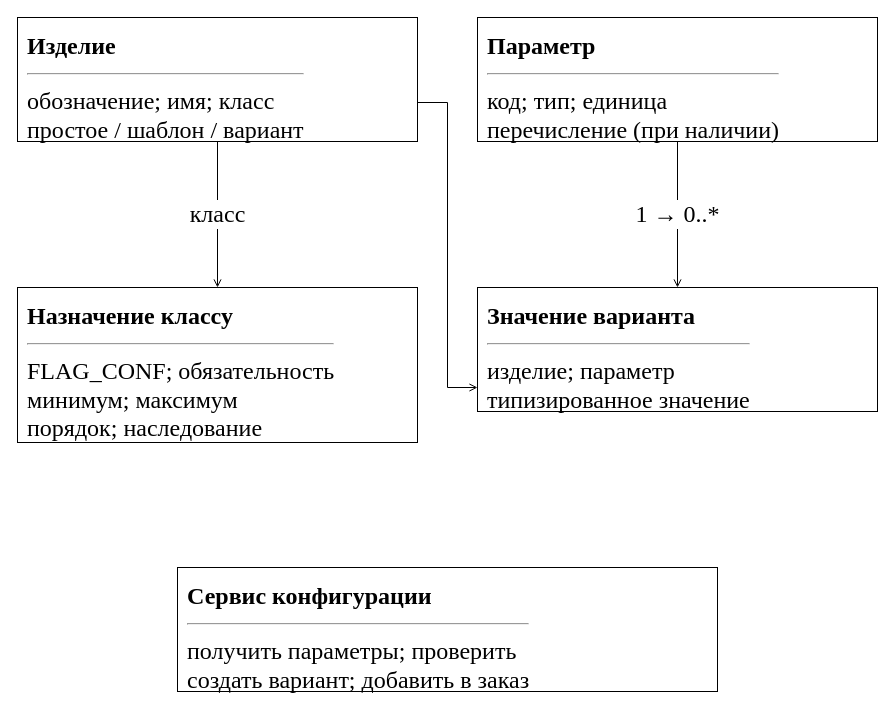
Earlier version of the draw.io diagram utils/lab7/diagrams/03_classes_configuration.drawio (10xtheo/mispris-sem7). Source tidied: cells renumbered, new cells numbered last; positions are measured from the earlier drawing's top-left corner, leaving out a move shared by most shapes. Both pictures are drawn from the tidied source at 100%, with x=0, y=0 at pixel (17, 17).
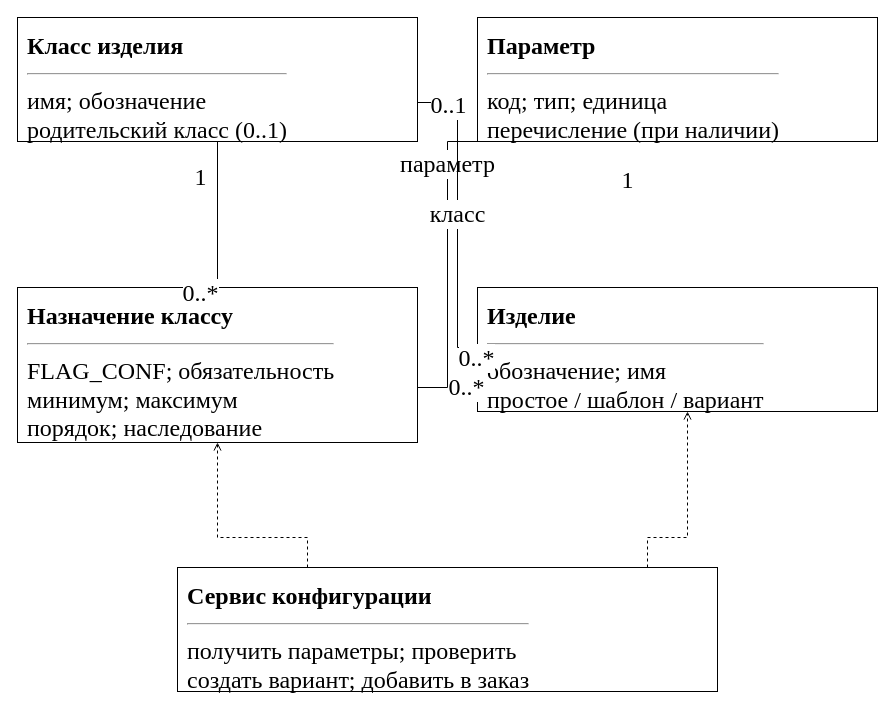
Above is the later version.

The change refers to these unchanged cells:
```xml
<mxCell id="3" value="&lt;b&gt;Параметр&lt;/b&gt;&lt;hr&gt;код; тип; единица&lt;br&gt;перечисление (при наличии)" style="rounded=0;whiteSpace=wrap;html=1;align=left;verticalAlign=top;fontFamily=Times New Roman;fontSize=24;spacing=10;fillColor=#ffffff;strokeColor=#000000;" parent="1" vertex="1">
  <mxGeometry x="460" width="400" height="124" as="geometry" />
</mxCell>
<mxCell id="4" value="&lt;b&gt;Назначение классу&lt;/b&gt;&lt;hr&gt;FLAG_CONF; обязательность&lt;br&gt;минимум; максимум&lt;br&gt;порядок; наследование" style="rounded=0;whiteSpace=wrap;html=1;align=left;verticalAlign=top;fontFamily=Times New Roman;fontSize=24;spacing=10;fillColor=#ffffff;strokeColor=#000000;" parent="1" vertex="1">
  <mxGeometry y="270" width="400" height="155" as="geometry" />
</mxCell>
<mxCell id="6" value="&lt;b&gt;Сервис конфигурации&lt;/b&gt;&lt;hr&gt;получить параметры; проверить&lt;br&gt;создать вариант; добавить в заказ" style="rounded=0;whiteSpace=wrap;html=1;align=left;verticalAlign=top;fontFamily=Times New Roman;fontSize=24;spacing=10;fillColor=#ffffff;strokeColor=#000000;" parent="1" vertex="1">
  <mxGeometry x="160" y="550" width="540" height="124" as="geometry" />
</mxCell>
```

Diff of the diagram source:
```diff
@@
-    <mxCell id="2" value="&lt;b&gt;Изделие&lt;/b&gt;&lt;hr&gt;обозначение; имя; класс&lt;br&gt;простое / шаблон / вариант" style="rounded=0;whiteSpace=wrap;html=1;align=left;verticalAlign=top;fontFamily=Times New Roman;fontSize=24;spacing=10;fillColor=#ffffff;strokeColor=#000000;" parent="1" vertex="1">
+    <mxCell id="2" value="&lt;b&gt;Класс изделия&lt;/b&gt;&lt;hr&gt;имя; обозначение&lt;br&gt;родительский класс (0..1)" style="rounded=0;whiteSpace=wrap;html=1;align=left;verticalAlign=top;fontFamily=Times New Roman;fontSize=24;spacing=10;fillColor=#ffffff;strokeColor=#000000;" parent="1" vertex="1">
       <mxGeometry width="400" height="124" as="geometry" />
     </mxCell>
@@
-    <mxCell id="5" value="&lt;b&gt;Значение варианта&lt;/b&gt;&lt;hr&gt;изделие; параметр&lt;br&gt;типизированное значение" style="rounded=0;whiteSpace=wrap;html=1;align=left;verticalAlign=top;fontFamily=Times New Roman;fontSize=24;spacing=10;fillColor=#ffffff;strokeColor=#000000;" parent="1" vertex="1">
+    <mxCell id="5" value="&lt;b&gt;Изделие&lt;/b&gt;&lt;hr&gt;обозначение; имя&lt;br&gt;простое / шаблон / вариант" style="rounded=0;whiteSpace=wrap;html=1;align=left;verticalAlign=top;fontFamily=Times New Roman;fontSize=24;spacing=10;fillColor=#ffffff;strokeColor=#000000;" parent="1" vertex="1">
       <mxGeometry x="460" y="270" width="400" height="124" as="geometry" />
     </mxCell>
@@
-    <mxCell id="7" value="класс" style="edgeStyle=orthogonalEdgeStyle;rounded=0;html=1;endArrow=open;fontFamily=Times New Roman;fontSize=24;labelBackgroundColor=#ffffff;exitX=0.5;exitY=1.0;entryX=0.5;entryY=0.0;" parent="1" edge="1" source="2" target="4">
+    <mxCell id="7" style="edgeStyle=orthogonalEdgeStyle;rounded=0;html=1;endArrow=open;fontFamily=Times New Roman;fontSize=24;labelBackgroundColor=#ffffff;exitX=0.5;exitY=1.0;entryX=0.5;entryY=0.0;endArrow=none;startArrow=none;" parent="1" edge="1" source="2" target="4">
       <mxGeometry relative="1" as="geometry" />
     </mxCell>
+    <mxCell id="10" value="1" style="edgeLabel;html=1;align=center;fontFamily=Times New Roman;fontSize=24;" parent="7" vertex="1">
+      <mxGeometry x="-0.8" y="-18" relative="1" as="geometry" />
+    </mxCell>
+    <mxCell id="11" value="0..*" style="edgeLabel;html=1;align=center;fontFamily=Times New Roman;fontSize=24;" parent="7" vertex="1">
+      <mxGeometry x="0.8" y="-18" relative="1" as="geometry" />
+    </mxCell>
-    <mxCell id="8" value="1 → 0..*" style="edgeStyle=orthogonalEdgeStyle;rounded=0;html=1;endArrow=open;fontFamily=Times New Roman;fontSize=24;labelBackgroundColor=#ffffff;exitX=0.5;exitY=1.0;entryX=0.5;entryY=0.0;" parent="1" edge="1" source="3" target="5">
-      <mxGeometry relative="1" as="geometry" />
+    <mxCell id="8" value="параметр" style="edgeStyle=orthogonalEdgeStyle;rounded=0;html=1;endArrow=open;fontFamily=Times New Roman;fontSize=24;labelBackgroundColor=#ffffff;exitX=1.0;exitY=0.6451612903225806;entryX=0.5;entryY=1.0;endArrow=none;startArrow=none;" parent="1" edge="1" source="4" target="3">
+      <mxGeometry relative="1" as="geometry">
+        <Array as="points">
+          <mxPoint x="430" y="370" />
+          <mxPoint x="430" y="124" />
+        </Array>
+      </mxGeometry>
     </mxCell>
+    <mxCell id="12" value="0..*" style="edgeLabel;html=1;align=center;fontFamily=Times New Roman;fontSize=24;" parent="8" vertex="1">
+      <mxGeometry x="-0.8" y="-18" relative="1" as="geometry" />
+    </mxCell>
+    <mxCell id="13" value="1" style="edgeLabel;html=1;align=center;fontFamily=Times New Roman;fontSize=24;" parent="8" vertex="1">
+      <mxGeometry x="0.8" y="-18" relative="1" as="geometry" />
+    </mxCell>
-    <mxCell id="9" style="edgeStyle=orthogonalEdgeStyle;rounded=0;html=1;endArrow=open;fontFamily=Times New Roman;fontSize=24;labelBackgroundColor=#ffffff;exitX=1.0;exitY=0.6854838709677419;entryX=0.0;entryY=0.8064516129032258;" parent="1" edge="1" source="2" target="5">
+    <mxCell id="9" value="класс" style="edgeStyle=orthogonalEdgeStyle;rounded=0;html=1;endArrow=open;fontFamily=Times New Roman;fontSize=24;labelBackgroundColor=#ffffff;exitX=0.0;exitY=0.4838709677419355;entryX=1.0;entryY=0.6854838709677419;endArrow=none;startArrow=none;" parent="1" edge="1" source="5" target="2">
       <mxGeometry relative="1" as="geometry">
         <Array as="points">
-          <mxPoint x="430" y="85" />
-          <mxPoint x="430" y="370" />
+          <mxPoint x="440" y="330" />
+          <mxPoint x="440" y="85" />
         </Array>
       </mxGeometry>
     </mxCell>
+    <mxCell id="14" value="0..*" style="edgeLabel;html=1;align=center;fontFamily=Times New Roman;fontSize=24;" parent="9" vertex="1">
+      <mxGeometry x="-0.8" y="-18" relative="1" as="geometry" />
+    </mxCell>
+    <mxCell id="15" value="0..1" style="edgeLabel;html=1;align=center;fontFamily=Times New Roman;fontSize=24;" parent="9" vertex="1">
+      <mxGeometry x="0.8" y="-18" relative="1" as="geometry" />
+    </mxCell>
+    <mxCell id="16" style="edgeStyle=orthogonalEdgeStyle;rounded=0;html=1;endArrow=open;fontFamily=Times New Roman;fontSize=24;labelBackgroundColor=#ffffff;exitX=0.24074074074074073;exitY=0.0;entryX=0.5;entryY=1.0;dashed=1;endArrow=open;" parent="1" edge="1" source="6" target="4">
+      <mxGeometry relative="1" as="geometry">
+        <Array as="points">
+          <mxPoint x="290" y="520" />
+          <mxPoint x="200" y="520" />
+        </Array>
+      </mxGeometry>
+    </mxCell>
+    <mxCell id="17" style="edgeStyle=orthogonalEdgeStyle;rounded=0;html=1;endArrow=open;fontFamily=Times New Roman;fontSize=24;labelBackgroundColor=#ffffff;exitX=0.8703703703703703;exitY=0.0;entryX=0.525;entryY=1.0;dashed=1;endArrow=open;" parent="1" edge="1" source="6" target="5">
+      <mxGeometry relative="1" as="geometry">
+        <Array as="points">
+          <mxPoint x="630" y="520" />
+          <mxPoint x="670" y="520" />
+        </Array>
+      </mxGeometry>
+    </mxCell>
```
